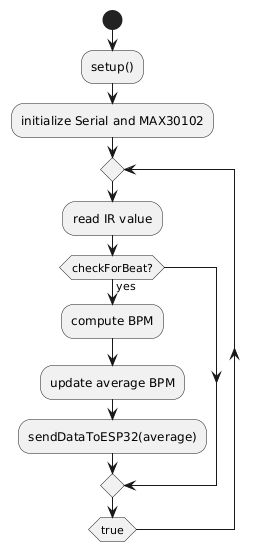
stop1204/eee4464-esp32 keeps this PlantUML diagram as logs/plantuml/uno_flow.png. Above is the earlier version.
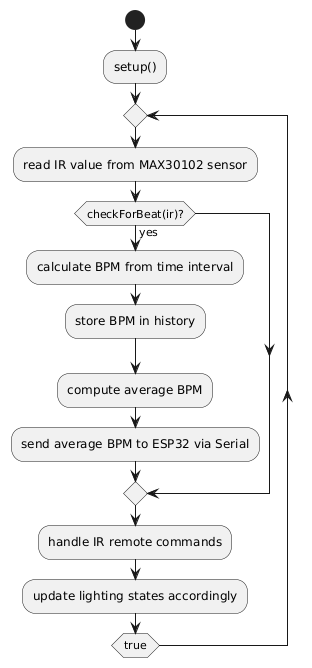
The same diagram one commit later.

What changed in the source:
```diff
@@ -1,13 +1,16 @@
 @startuml
 start
 :setup();
-:initialize Serial and MAX30102;
 repeat
-  :read IR value;
-  if (checkForBeat?) then (yes)
-    :compute BPM;
-    :update average BPM;
-    :sendDataToESP32(average);
+  :read IR value from MAX30102 sensor;
+  if (checkForBeat(ir)?) then (yes)
+    :calculate BPM from time interval;
+    :store BPM in history;
+    :compute average BPM;
+    :send average BPM to ESP32 via Serial;
   endif
+
+  :handle IR remote commands;
+  :update lighting states accordingly;
 repeat while (true)
 @enduml
```
